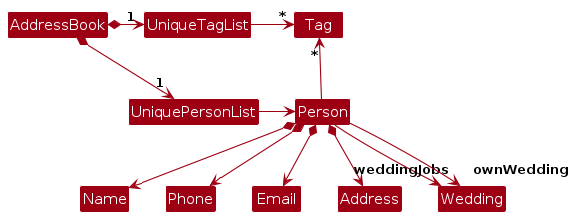
VedJoshi/tp keeps this PlantUML diagram as diagrams/BetterModelClassDiagram.png. Above is the earlier version. Its source is kept beside it as diagrams/BetterModelClassDiagram.puml.
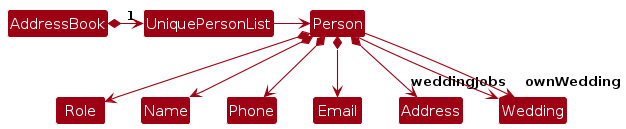
The same diagram one commit later.

Diff of the diagram source:
```diff
@@ -5,14 +5,9 @@
 skinparam classBackgroundColor MODEL_COLOR
 
 AddressBook *-right-> "1" UniquePersonList
-AddressBook *-right-> "1" UniqueTagList
-UniqueTagList -[hidden]down- UniquePersonList
-UniqueTagList -[hidden]down- UniquePersonList
-
-UniqueTagList -right-> "*" Tag
 UniquePersonList -right-> Person
 
-Person -up-> "*" Tag
+Person *--> Role
 
 Person *--> Name
 Person *--> Phone
```
